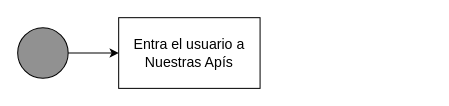
Before: FlujoPortalConecta.drawio in WilliamTovar-SB/DocumentacionProyectos, a draw.io diagram. Source tidied: cells renumbered, new cells numbered last; positions are measured from the earlier drawing's top-left corner, leaving out a move shared by most shapes. Both pictures are drawn from the tidied source at 101%, with x=0, y=0 at pixel (17, 17).
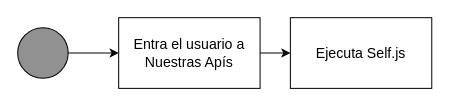
After the change.

The edit, as a diff of the source:
```diff
@@
 <mxGraphModel>
   <root>
     <mxCell id="0" />
     <mxCell id="1" parent="0" />
     <mxCell id="2" style="edgeStyle=orthogonalEdgeStyle;rounded=0;jettySize=auto;html=1;" parent="1" edge="1" source="3" target="4">
       <mxGeometry relative="1" as="geometry" />
     </mxCell>
     <mxCell id="3" style="ellipse;whiteSpace=wrap;html=1;fillColor=#919191;" parent="1" vertex="1">
       <mxGeometry y="10" width="50" height="50" as="geometry" />
     </mxCell>
+    <mxCell id="5" style="edgeStyle=orthogonalEdgeStyle;rounded=0;jettySize=auto;html=1;" parent="1" edge="1" source="4" target="6">
+      <mxGeometry relative="1" as="geometry" />
+    </mxCell>
     <mxCell id="4" value="&lt;font style=&quot;font-size: 14px;&quot;&gt;Entra el usuario a Nuestras Apís&lt;/font&gt;" style="rounded=0;whiteSpace=wrap;html=1;" parent="1" vertex="1">
       <mxGeometry x="100" width="140" height="70" as="geometry" />
     </mxCell>
+    <mxCell id="6" value="&lt;span style=&quot;font-size: 14px;&quot;&gt;Ejecuta Self.js&lt;/span&gt;" style="rounded=0;whiteSpace=wrap;html=1;" parent="1" vertex="1">
+      <mxGeometry x="270" width="140" height="70" as="geometry" />
+    </mxCell>
   </root>
 </mxGraphModel>
```
